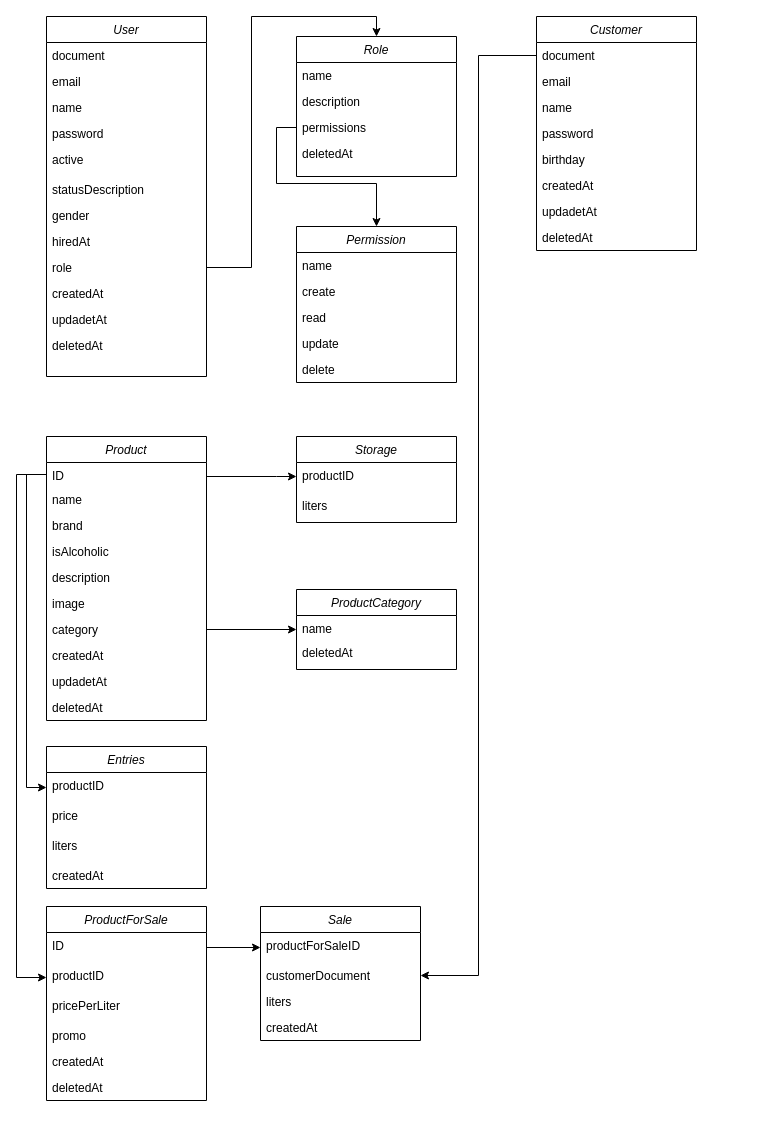
The draw.io diagram docs/ClassDiagram.drawio in viniciusgugelmin/iam-next-up, before the edit. Source tidied: cells renumbered, new cells numbered last; positions are measured from the earlier drawing's top-left corner, leaving out a move shared by most shapes. Both pictures are drawn from the tidied source at 100%, with x=0, y=0 at pixel (16, 16).
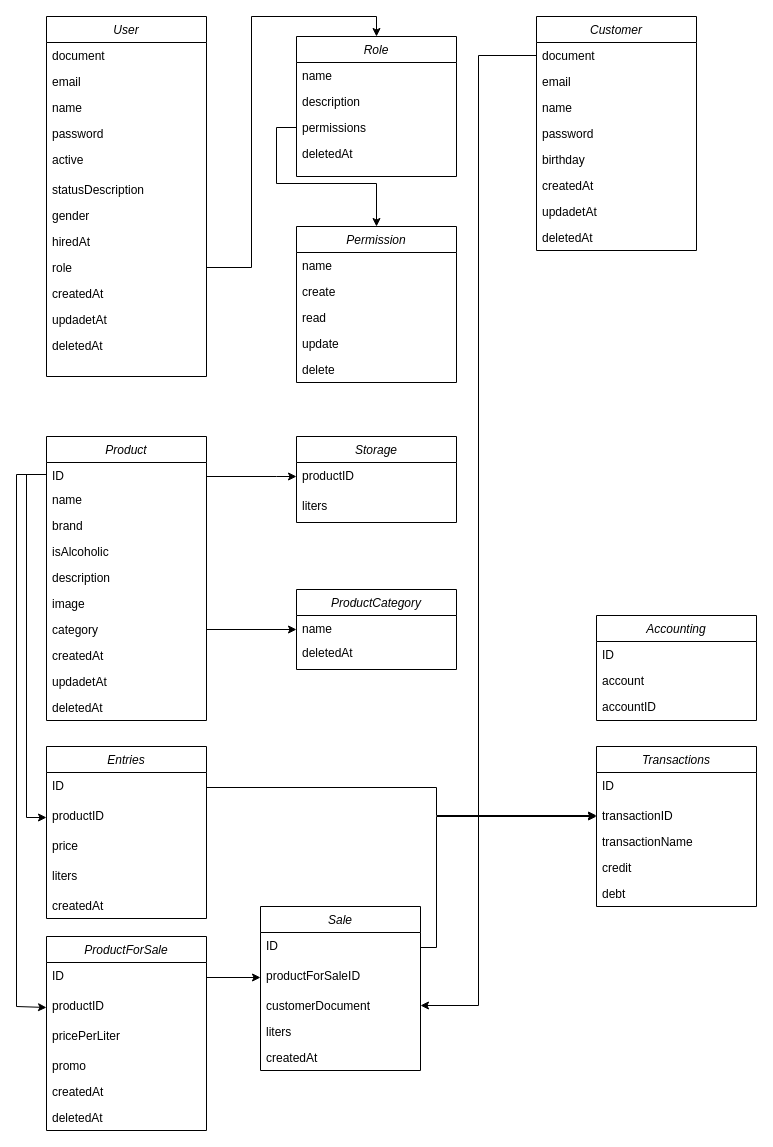
The same diagram, later.

Commit message (it also covers changes not shown here):
feat: finish class diagram

Unchanged cells that the change refers to:
```xml
<mxCell id="29" value="ID" style="text;align=left;verticalAlign=top;spacingLeft=4;spacingRight=4;overflow=hidden;points=[[0,0.5],[1,0.5]];portConstraint=eastwest;" parent="28" vertex="1">
  <mxGeometry y="26" width="160" height="24" as="geometry" />
</mxCell>
<mxCell id="55" value="productID" style="text;align=left;verticalAlign=top;spacingLeft=4;spacingRight=4;overflow=hidden;points=[[0,0.5],[1,0.5]];portConstraint=eastwest;rounded=0;shadow=0;html=0;" parent="53" vertex="1">
  <mxGeometry y="56" width="160" height="30" as="geometry" />
</mxCell>
```

Change to the diagram source:
```diff
@@
     <mxCell id="46" value="Entries" style="swimlane;fontStyle=2;align=center;verticalAlign=top;horizontal=1;startSize=26;rounded=0;shadow=0;strokeWidth=1;" parent="1" vertex="1">
-      <mxGeometry x="30" y="730" width="160" height="142" as="geometry" />
+      <mxGeometry x="30" y="730" width="160" height="172" as="geometry" />
     </mxCell>
+    <mxCell id="77" value="ID" style="text;align=left;verticalAlign=top;spacingLeft=4;spacingRight=4;overflow=hidden;points=[[0,0.5],[1,0.5]];portConstraint=eastwest;rounded=0;shadow=0;html=0;" parent="46" vertex="1">
+      <mxGeometry y="26" width="160" height="30" as="geometry" />
+    </mxCell>
     <mxCell id="47" value="productID" style="text;align=left;verticalAlign=top;spacingLeft=4;spacingRight=4;overflow=hidden;points=[[0,0.5],[1,0.5]];portConstraint=eastwest;rounded=0;shadow=0;html=0;" parent="46" vertex="1">
-      <mxGeometry y="26" width="160" height="30" as="geometry" />
+      <mxGeometry y="56" width="160" height="30" as="geometry" />
     </mxCell>
     <mxCell id="48" value="price" style="text;align=left;verticalAlign=top;spacingLeft=4;spacingRight=4;overflow=hidden;rounded=0;shadow=0;html=0;" parent="46" vertex="1">
-      <mxGeometry y="56" width="160" height="30" as="geometry" />
+      <mxGeometry y="86" width="160" height="30" as="geometry" />
     </mxCell>
     <mxCell id="49" value="liters" style="text;align=left;verticalAlign=top;spacingLeft=4;spacingRight=4;overflow=hidden;rounded=0;shadow=0;html=0;" parent="46" vertex="1">
-      <mxGeometry y="86" width="160" height="30" as="geometry" />
+      <mxGeometry y="116" width="160" height="30" as="geometry" />
     </mxCell>
     <mxCell id="50" value="createdAt   &#10;&#10;" style="text;align=left;verticalAlign=top;spacingLeft=4;spacingRight=4;overflow=hidden;rounded=0;shadow=0;html=0;" parent="46" vertex="1">
-      <mxGeometry y="116" width="160" height="26" as="geometry" />
+      <mxGeometry y="146" width="160" height="26" as="geometry" />
     </mxCell>
@@
     <mxCell id="53" value="ProductForSale" style="swimlane;fontStyle=2;align=center;verticalAlign=top;horizontal=1;startSize=26;rounded=0;shadow=0;strokeWidth=1;" parent="1" vertex="1">
-      <mxGeometry x="30" y="890" width="160" height="194" as="geometry" />
+      <mxGeometry x="30" y="920" width="160" height="194" as="geometry" />
     </mxCell>
@@
     <mxCell id="60" style="edgeStyle=orthogonalEdgeStyle;rounded=0;jettySize=auto;html=1;entryX=0;entryY=0.5;entryDx=0;entryDy=0;strokeWidth=1;" parent="1" edge="1" source="29" target="55">
       <mxGeometry relative="1" as="geometry">
         <Array as="points">
           <mxPoint y="458" />
-          <mxPoint y="961" />
+          <mxPoint y="990" />
+          <mxPoint x="30" y="990" />
         </Array>
       </mxGeometry>
     </mxCell>
     <mxCell id="61" value="Sale" style="swimlane;fontStyle=2;align=center;verticalAlign=top;horizontal=1;startSize=26;rounded=0;shadow=0;strokeWidth=1;" parent="1" vertex="1">
-      <mxGeometry x="244" y="890" width="160" height="134" as="geometry" />
+      <mxGeometry x="244" y="890" width="160" height="164" as="geometry" />
     </mxCell>
+    <mxCell id="78" value="ID" style="text;align=left;verticalAlign=top;spacingLeft=4;spacingRight=4;overflow=hidden;points=[[0,0.5],[1,0.5]];portConstraint=eastwest;rounded=0;shadow=0;html=0;" parent="61" vertex="1">
+      <mxGeometry y="26" width="160" height="30" as="geometry" />
+    </mxCell>
     <mxCell id="62" value="productForSaleID" style="text;align=left;verticalAlign=top;spacingLeft=4;spacingRight=4;overflow=hidden;points=[[0,0.5],[1,0.5]];portConstraint=eastwest;rounded=0;shadow=0;html=0;" parent="61" vertex="1">
-      <mxGeometry y="26" width="160" height="30" as="geometry" />
+      <mxGeometry y="56" width="160" height="30" as="geometry" />
     </mxCell>
     <mxCell id="63" value="customerDocument" style="text;align=left;verticalAlign=top;spacingLeft=4;spacingRight=4;overflow=hidden;points=[[0,0.5],[1,0.5]];portConstraint=eastwest;rounded=0;shadow=0;html=0;" parent="61" vertex="1">
-      <mxGeometry y="56" width="160" height="26" as="geometry" />
+      <mxGeometry y="86" width="160" height="26" as="geometry" />
     </mxCell>
     <mxCell id="64" value="liters" style="text;align=left;verticalAlign=top;spacingLeft=4;spacingRight=4;overflow=hidden;rounded=0;shadow=0;html=0;" parent="61" vertex="1">
-      <mxGeometry y="82" width="160" height="26" as="geometry" />
+      <mxGeometry y="112" width="160" height="26" as="geometry" />
     </mxCell>
     <mxCell id="65" value="createdAt   &#10;&#10;" style="text;align=left;verticalAlign=top;spacingLeft=4;spacingRight=4;overflow=hidden;rounded=0;shadow=0;html=0;" parent="61" vertex="1">
-      <mxGeometry y="108" width="160" height="26" as="geometry" />
+      <mxGeometry y="138" width="160" height="26" as="geometry" />
     </mxCell>
@@
+    <mxCell id="79" value="Transactions" style="swimlane;fontStyle=2;align=center;verticalAlign=top;horizontal=1;startSize=26;rounded=0;shadow=0;strokeWidth=1;" parent="1" vertex="1">
+      <mxGeometry x="580" y="730" width="160" height="160" as="geometry" />
+    </mxCell>
+    <mxCell id="80" value="ID" style="text;align=left;verticalAlign=top;spacingLeft=4;spacingRight=4;overflow=hidden;rounded=0;shadow=0;html=0;" parent="79" vertex="1">
+      <mxGeometry y="26" width="160" height="30" as="geometry" />
+    </mxCell>
+    <mxCell id="81" value="transactionID" style="text;align=left;verticalAlign=top;spacingLeft=4;spacingRight=4;overflow=hidden;points=[[0,0.5],[1,0.5]];portConstraint=eastwest;rounded=0;shadow=0;html=0;" parent="79" vertex="1">
+      <mxGeometry y="56" width="160" height="26" as="geometry" />
+    </mxCell>
+    <mxCell id="82" value="transactionName" style="text;align=left;verticalAlign=top;spacingLeft=4;spacingRight=4;overflow=hidden;rounded=0;shadow=0;html=0;" parent="79" vertex="1">
+      <mxGeometry y="82" width="160" height="26" as="geometry" />
+    </mxCell>
+    <mxCell id="83" value="credit" style="text;align=left;verticalAlign=top;spacingLeft=4;spacingRight=4;overflow=hidden;rounded=0;shadow=0;html=0;" parent="79" vertex="1">
+      <mxGeometry y="108" width="160" height="26" as="geometry" />
+    </mxCell>
+    <mxCell id="84" value="debt" style="text;align=left;verticalAlign=top;spacingLeft=4;spacingRight=4;overflow=hidden;rounded=0;shadow=0;html=0;" parent="79" vertex="1">
+      <mxGeometry y="134" width="160" height="26" as="geometry" />
+    </mxCell>
+    <mxCell id="85" style="edgeStyle=orthogonalEdgeStyle;rounded=0;jettySize=auto;html=1;exitX=1;exitY=0.5;exitDx=0;exitDy=0;" parent="1" edge="1" source="77" target="81">
+      <mxGeometry relative="1" as="geometry">
+        <Array as="points">
+          <mxPoint x="420" y="771" />
+          <mxPoint x="420" y="799" />
+        </Array>
+      </mxGeometry>
+    </mxCell>
+    <mxCell id="86" style="edgeStyle=orthogonalEdgeStyle;rounded=0;jettySize=auto;html=1;exitX=1;exitY=0.5;exitDx=0;exitDy=0;" parent="1" edge="1" source="78">
+      <mxGeometry relative="1" as="geometry">
+        <mxPoint x="580" y="800" as="targetPoint" />
+        <Array as="points">
+          <mxPoint x="420" y="931" />
+          <mxPoint x="420" y="800" />
+        </Array>
+      </mxGeometry>
+    </mxCell>
+    <mxCell id="87" value="Accounting" style="swimlane;fontStyle=2;align=center;verticalAlign=top;horizontal=1;startSize=26;rounded=0;shadow=0;strokeWidth=1;" parent="1" vertex="1">
+      <mxGeometry x="580" y="599" width="160" height="105" as="geometry" />
+    </mxCell>
+    <mxCell id="88" value="ID" style="text;align=left;verticalAlign=top;spacingLeft=4;spacingRight=4;overflow=hidden;rounded=0;shadow=0;html=0;" parent="87" vertex="1">
+      <mxGeometry y="26" width="160" height="26" as="geometry" />
+    </mxCell>
+    <mxCell id="89" value="account" style="text;align=left;verticalAlign=top;spacingLeft=4;spacingRight=4;overflow=hidden;rounded=0;shadow=0;html=0;" parent="87" vertex="1">
+      <mxGeometry y="52" width="160" height="26" as="geometry" />
+    </mxCell>
+    <mxCell id="90" value="accountID" style="text;align=left;verticalAlign=top;spacingLeft=4;spacingRight=4;overflow=hidden;rounded=0;shadow=0;html=0;" parent="87" vertex="1">
+      <mxGeometry y="78" width="160" height="26" as="geometry" />
+    </mxCell>
```
